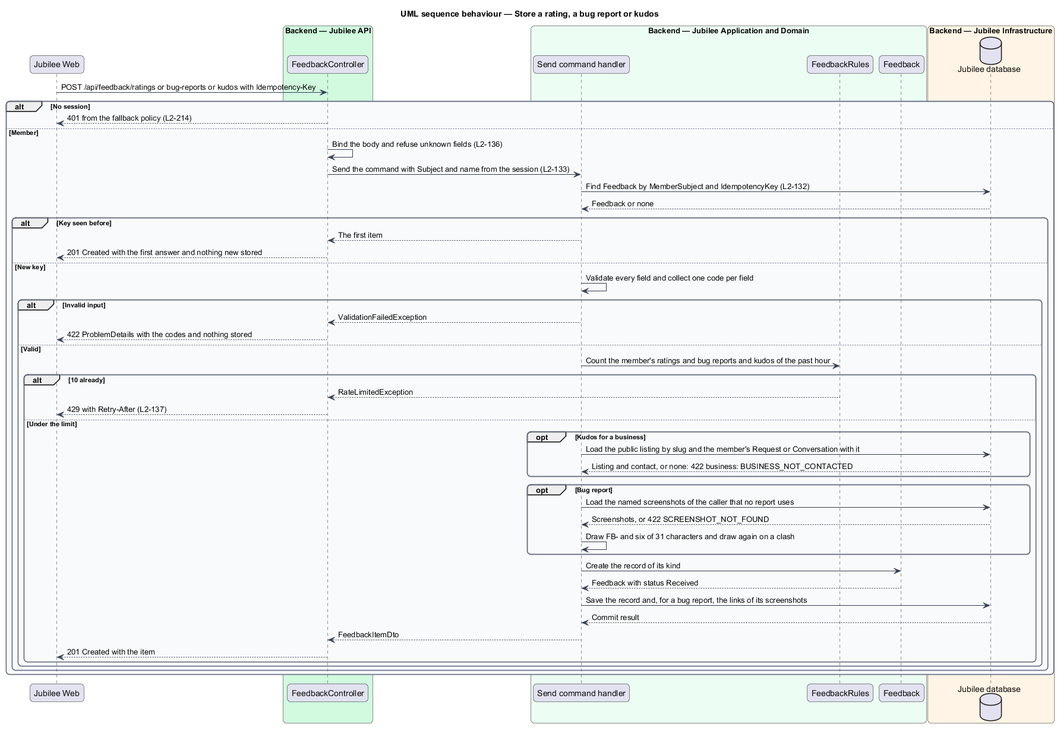
Earlier version of the PlantUML export docs/detailed-designs/feedback/receive-and-store-feedback/diagrams/sequence-store-feedback.png (QuinntyneBrown/jubilee).
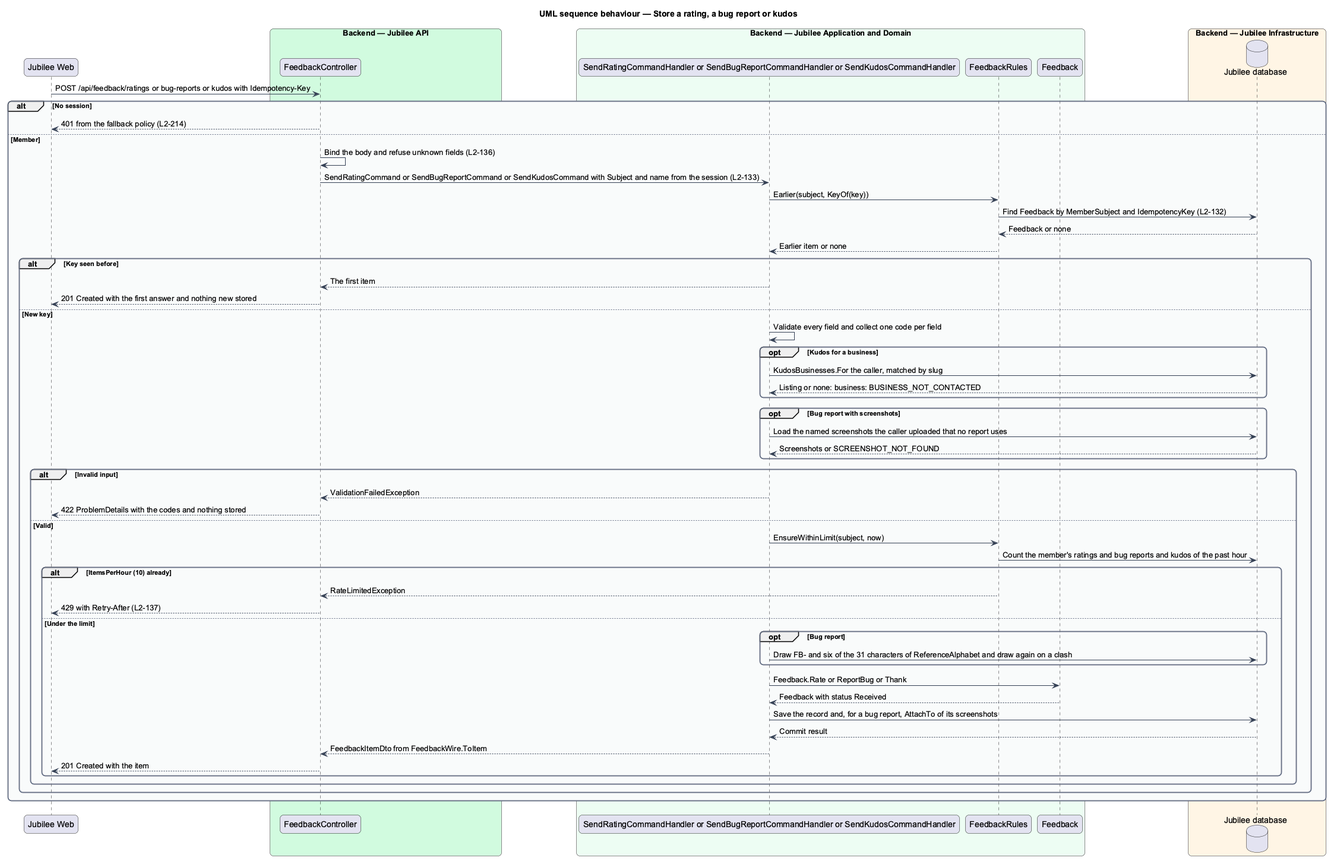
Later version of the same file.

Change to the diagram source:
```diff
@@ -19,7 +19,7 @@
   participant "FeedbackController" as controller
 end box
 box "Backend — Jubilee Application and Domain" #ECFDF3
-  participant "Send command handler" as handler
+  participant "SendRatingCommandHandler or SendBugReportCommandHandler or SendKudosCommandHandler" as handler
   participant "FeedbackRules" as rules
   participant "Feedback" as entity
 end box
@@ -31,37 +31,42 @@
   controller --> web : 401 from the fallback policy (L2-214)
 else Member
   controller -> controller : Bind the body and refuse unknown fields (L2-136)
-  controller -> handler : Send the command with Subject and name from the session (L2-133)
-  handler -> db : Find Feedback by MemberSubject and IdempotencyKey (L2-132)
-  db --> handler : Feedback or none
+  controller -> handler : SendRatingCommand or SendBugReportCommand or SendKudosCommand with Subject and name from the session (L2-133)
+  handler -> rules : Earlier(subject, KeyOf(key))
+  rules -> db : Find Feedback by MemberSubject and IdempotencyKey (L2-132)
+  db --> rules : Feedback or none
+  rules --> handler : Earlier item or none
   alt Key seen before
     handler --> controller : The first item
     controller --> web : 201 Created with the first answer and nothing new stored
   else New key
     handler -> handler : Validate every field and collect one code per field
+    opt Kudos for a business
+      handler -> db : KudosBusinesses.For the caller, matched by slug
+      db --> handler : Listing or none: business: BUSINESS_NOT_CONTACTED
+    end
+    opt Bug report with screenshots
+      handler -> db : Load the named screenshots the caller uploaded that no report uses
+      db --> handler : Screenshots or SCREENSHOT_NOT_FOUND
+    end
     alt Invalid input
       handler --> controller : ValidationFailedException
       controller --> web : 422 ProblemDetails with the codes and nothing stored
     else Valid
-      handler -> rules : Count the member's ratings and bug reports and kudos of the past hour
-      alt 10 already
+      handler -> rules : EnsureWithinLimit(subject, now)
+      rules -> db : Count the member's ratings and bug reports and kudos of the past hour
+      alt ItemsPerHour (10) already
         rules --> controller : RateLimitedException
         controller --> web : 429 with Retry-After (L2-137)
       else Under the limit
-        opt Kudos for a business
-          handler -> db : Load the public listing by slug and the member's Request or Conversation with it
-          db --> handler : Listing and contact, or none: 422 business: BUSINESS_NOT_CONTACTED
+        opt Bug report
+          handler -> db : Draw FB- and six of the 31 characters of ReferenceAlphabet and draw again on a clash
         end
-        opt Bug report
-          handler -> db : Load the named screenshots of the caller that no report uses
-          db --> handler : Screenshots, or 422 SCREENSHOT_NOT_FOUND
-          handler -> handler : Draw FB- and six of 31 characters and draw again on a clash
-        end
-        handler -> entity : Create the record of its kind
+        handler -> entity : Feedback.Rate or ReportBug or Thank
         entity --> handler : Feedback with status Received
-        handler -> db : Save the record and, for a bug report, the links of its screenshots
+        handler -> db : Save the record and, for a bug report, AttachTo of its screenshots
         db --> handler : Commit result
-        handler --> controller : FeedbackItemDto
+        handler --> controller : FeedbackItemDto from FeedbackWire.ToItem
         controller --> web : 201 Created with the item
       end
     end
```
